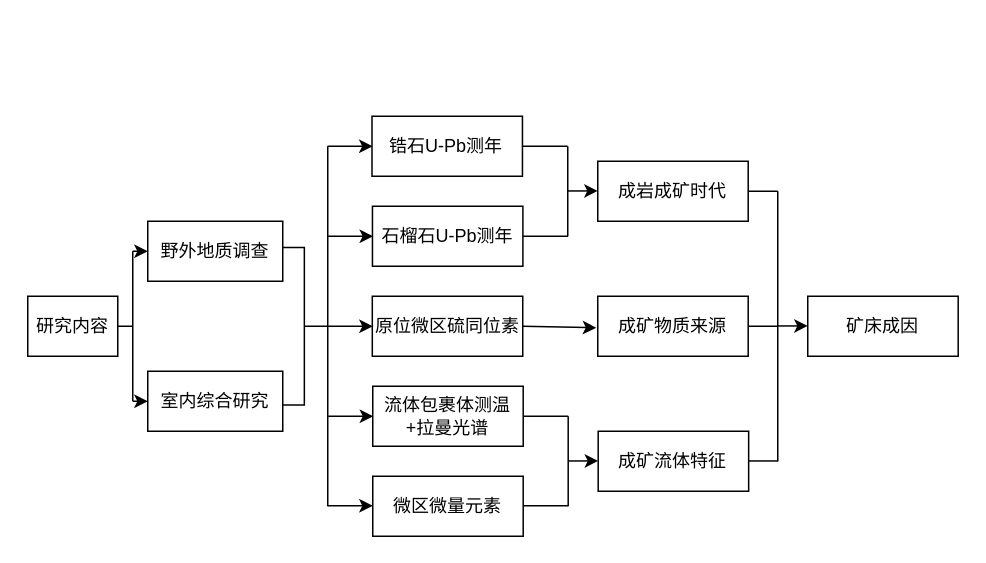
Before: 未命名绘图.drawio in dp0qb/document_img, a draw.io diagram. Source tidied: cells renumbered, new cells numbered last; positions are measured from the earlier drawing's top-left corner, leaving out a move shared by most shapes. Both pictures are drawn from the tidied source at 150%, with x=0, y=0 at pixel (27, 116).
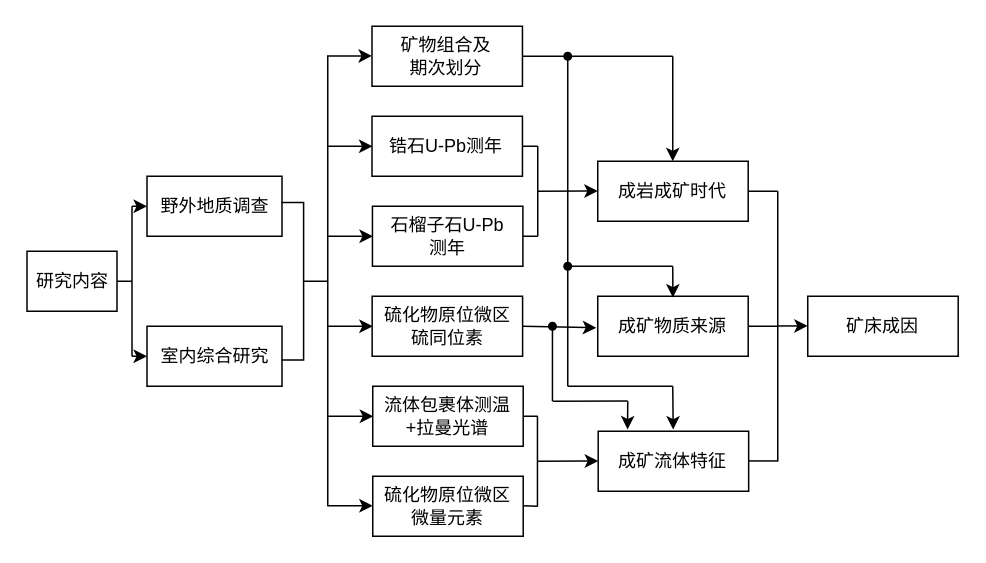
After the change.

Commit message:
更新未命名绘图.drawio

Unchanged cells that the change refers to:
```xml
<mxCell id="16" value="锆石U-Pb测年" style="rounded=0;whiteSpace=wrap;html=1;" parent="1" vertex="1">
  <mxGeometry x="229.5" width="100.3" height="40" as="geometry" />
</mxCell>
<mxCell id="19" value="流体包裹体测温&lt;br&gt;+拉曼光谱" style="rounded=0;whiteSpace=wrap;html=1;" parent="1" vertex="1">
  <mxGeometry x="230" y="180" width="100.3" height="40" as="geometry" />
</mxCell>
<mxCell id="25" value="成矿流体特征" style="rounded=0;whiteSpace=wrap;html=1;" parent="1" vertex="1">
  <mxGeometry x="380.3" y="210" width="100.3" height="40" as="geometry" />
</mxCell>
```

Diff of the diagram source:
```diff
@@
     <mxCell id="2" value="野外地质调查" style="rounded=0;whiteSpace=wrap;html=1;" parent="1" vertex="1">
-      <mxGeometry x="80" y="70" width="90" height="40" as="geometry" />
+      <mxGeometry x="79.5" y="40" width="90" height="40" as="geometry" />
     </mxCell>
     <mxCell id="3" value="室内综合研究" style="rounded=0;whiteSpace=wrap;html=1;" parent="1" vertex="1">
-      <mxGeometry x="80" y="170" width="90" height="40" as="geometry" />
+      <mxGeometry x="79.5" y="140" width="90" height="40" as="geometry" />
     </mxCell>
     <mxCell id="4" style="shape=partialRectangle;whiteSpace=wrap;html=1;bottom=1;right=1;left=1;top=0;fillColor=none;routingCenterX=-0.5;rotation=-90;" parent="1" vertex="1">
-      <mxGeometry x="124.7" y="132.8" width="105" height="14.4" as="geometry" />
+      <mxGeometry x="124.2" y="102.8" width="105" height="14.4" as="geometry" />
     </mxCell>
     <mxCell id="5" style="endArrow=none;html=1;rounded=0;" parent="1" edge="1">
       <mxGeometry relative="1" as="geometry">
         <mxPoint x="200" y="260" as="sourcePoint" />
-        <mxPoint x="200" y="20" as="targetPoint" />
+        <mxPoint x="200" y="-40" as="targetPoint" />
         <Array as="points">
           <mxPoint x="200" y="110" />
         </Array>
       </mxGeometry>
     </mxCell>
     <mxCell id="6" style="endArrow=classic;html=1;rounded=0;" parent="1" edge="1">
       <mxGeometry relative="1" as="geometry">
-        <mxPoint x="199.9" y="20" as="sourcePoint" />
-        <mxPoint x="229.9" y="20" as="targetPoint" />
+        <mxPoint x="199.8" y="20" as="sourcePoint" />
+        <mxPoint x="229.8" y="20" as="targetPoint" />
       </mxGeometry>
     </mxCell>
     <mxCell id="7" style="endArrow=classic;html=1;rounded=0;" parent="1" edge="1">
       <mxGeometry relative="1" as="geometry">
-        <mxPoint x="200.2" y="80" as="sourcePoint" />
-        <mxPoint x="230.2" y="80" as="targetPoint" />
+        <mxPoint x="200.1" y="80" as="sourcePoint" />
+        <mxPoint x="230.1" y="80" as="targetPoint" />
       </mxGeometry>
     </mxCell>
@@
-    <mxCell id="10" style="endArrow=none;html=1;rounded=0;exitX=0.5;exitY=1;exitDx=0;exitDy=0;" parent="1" edge="1" source="4">
+    <mxCell id="10" style="endArrow=none;html=1;rounded=0;exitX=0.5;exitY=1;exitDx=0;exitDy=0;" parent="1" edge="1">
       <mxGeometry relative="1" as="geometry">
-        <mxPoint x="200" y="140" as="targetPoint" />
+        <mxPoint x="183.9" y="110" as="sourcePoint" />
+        <mxPoint x="199.5" y="110" as="targetPoint" />
       </mxGeometry>
     </mxCell>
     <mxCell id="11" value="研究内容" style="rounded=0;whiteSpace=wrap;html=1;" parent="1" vertex="1">
-      <mxGeometry y="120" width="60" height="40" as="geometry" />
+      <mxGeometry x="-0.5" y="90" width="60" height="40" as="geometry" />
     </mxCell>
     <mxCell id="12" style="endArrow=none;html=1;rounded=0;exitX=1;exitY=0.5;exitDx=0;exitDy=0;" parent="1" edge="1" source="11">
       <mxGeometry relative="1" as="geometry">
-        <mxPoint x="70" y="140" as="targetPoint" />
+        <mxPoint x="69.5" y="110" as="targetPoint" />
       </mxGeometry>
     </mxCell>
     <mxCell id="13" style="endArrow=none;html=1;rounded=0;" parent="1" edge="1">
       <mxGeometry relative="1" as="geometry">
-        <mxPoint x="70" y="190" as="sourcePoint" />
-        <mxPoint x="70" y="90" as="targetPoint" />
+        <mxPoint x="69.5" y="160" as="sourcePoint" />
+        <mxPoint x="69.5" y="60" as="targetPoint" />
       </mxGeometry>
     </mxCell>
     <mxCell id="14" style="endArrow=classic;html=1;rounded=0;entryX=0;entryY=0.5;entryDx=0;entryDy=0;" parent="1" edge="1" target="2">
       <mxGeometry relative="1" as="geometry">
-        <mxPoint x="70" y="90" as="sourcePoint" />
+        <mxPoint x="69.5" y="60" as="sourcePoint" />
       </mxGeometry>
     </mxCell>
     <mxCell id="15" style="endArrow=classic;html=1;rounded=0;entryX=0;entryY=0.5;entryDx=0;entryDy=0;" parent="1" edge="1" target="3">
       <mxGeometry relative="1" as="geometry">
-        <mxPoint x="70" y="190" as="sourcePoint" />
+        <mxPoint x="69.5" y="160" as="sourcePoint" />
       </mxGeometry>
     </mxCell>
@@
-    <mxCell id="17" value="石榴石U-Pb测年" style="rounded=0;whiteSpace=wrap;html=1;" parent="1" vertex="1">
+    <mxCell id="17" value="石榴子石U-Pb&lt;br&gt;测年" style="rounded=0;whiteSpace=wrap;html=1;" parent="1" vertex="1">
       <mxGeometry x="229.8" y="60" width="100.3" height="40" as="geometry" />
     </mxCell>
-    <mxCell id="18" value="原位微区硫同位素" style="rounded=0;whiteSpace=wrap;html=1;" parent="1" vertex="1">
-      <mxGeometry x="229.7" y="120" width="100.3" height="40" as="geometry" />
+    <mxCell id="18" value="硫化物原位微区&lt;br&gt;硫同位素" style="rounded=0;whiteSpace=wrap;html=1;" parent="1" vertex="1">
+      <mxGeometry x="229.6" y="120" width="100.3" height="40" as="geometry" />
     </mxCell>
@@
     <mxCell id="20" style="endArrow=none;html=1;rounded=0;" parent="1" edge="1">
       <mxGeometry relative="1" as="geometry">
-        <mxPoint x="360" y="80" as="sourcePoint" />
-        <mxPoint x="360" y="20" as="targetPoint" />
+        <mxPoint x="340" y="80" as="sourcePoint" />
+        <mxPoint x="340" y="20" as="targetPoint" />
       </mxGeometry>
     </mxCell>
     <mxCell id="21" style="endArrow=none;html=1;rounded=0;exitX=1;exitY=0.5;exitDx=0;exitDy=0;" parent="1" edge="1" source="16">
       <mxGeometry relative="1" as="geometry">
-        <mxPoint x="359.9" y="20" as="targetPoint" />
+        <mxPoint x="340" y="20" as="targetPoint" />
       </mxGeometry>
     </mxCell>
     <mxCell id="22" style="endArrow=none;html=1;rounded=0;exitX=1;exitY=0.5;exitDx=0;exitDy=0;" parent="1" edge="1" source="19">
       <mxGeometry relative="1" as="geometry">
-        <mxPoint x="360.3" y="200" as="targetPoint" />
+        <mxPoint x="340" y="200" as="targetPoint" />
       </mxGeometry>
     </mxCell>
     <mxCell id="23" style="endArrow=classic;html=1;rounded=0;" parent="1" edge="1">
       <mxGeometry relative="1" as="geometry">
-        <mxPoint x="360" y="49.8" as="sourcePoint" />
+        <mxPoint x="340" y="50" as="sourcePoint" />
         <mxPoint x="380" y="49.8" as="targetPoint" />
       </mxGeometry>
     </mxCell>
     <mxCell id="24" style="endArrow=classic;html=1;rounded=0;" parent="1" edge="1">
       <mxGeometry relative="1" as="geometry">
-        <mxPoint x="360.3" y="229.8" as="sourcePoint" />
+        <mxPoint x="340" y="230" as="sourcePoint" />
         <mxPoint x="380.3" y="229.8" as="targetPoint" />
       </mxGeometry>
     </mxCell>
@@
-    <mxCell id="34" value="微区微量元素" style="rounded=0;whiteSpace=wrap;html=1;" parent="1" vertex="1">
+    <mxCell id="34" value="硫化物原位微区&lt;br&gt;微量元素" style="rounded=0;whiteSpace=wrap;html=1;" parent="1" vertex="1">
       <mxGeometry x="230" y="240" width="100.3" height="40" as="geometry" />
     </mxCell>
@@
     <mxCell id="36" style="endArrow=none;html=1;rounded=0;exitX=1;exitY=0.5;exitDx=0;exitDy=0;" parent="1" edge="1">
       <mxGeometry relative="1" as="geometry">
         <mxPoint x="330.3" y="259.7" as="sourcePoint" />
-        <mxPoint x="360.3" y="259.7" as="targetPoint" />
+        <mxPoint x="340" y="260" as="targetPoint" />
       </mxGeometry>
     </mxCell>
     <mxCell id="37" style="endArrow=none;html=1;rounded=0;" parent="1" edge="1">
       <mxGeometry relative="1" as="geometry">
-        <mxPoint x="360.3" y="260" as="sourcePoint" />
-        <mxPoint x="360.3" y="200" as="targetPoint" />
+        <mxPoint x="339.8" y="260" as="sourcePoint" />
+        <mxPoint x="339.8" y="200" as="targetPoint" />
       </mxGeometry>
     </mxCell>
@@
     <mxCell id="39" style="endArrow=none;html=1;rounded=0;" parent="1" edge="1">
       <mxGeometry relative="1" as="geometry">
-        <mxPoint x="330.2" y="80" as="sourcePoint" />
-        <mxPoint x="360.2" y="80" as="targetPoint" />
+        <mxPoint x="330.1" y="80" as="sourcePoint" />
+        <mxPoint x="340" y="80" as="targetPoint" />
       </mxGeometry>
     </mxCell>
+    <mxCell id="40" value="矿物组合及&lt;br&gt;期次划分" style="rounded=0;whiteSpace=wrap;html=1;" parent="1" vertex="1">
+      <mxGeometry x="229.5" y="-60" width="100.3" height="40" as="geometry" />
+    </mxCell>
+    <mxCell id="41" style="endArrow=classic;html=1;rounded=0;" parent="1" edge="1">
+      <mxGeometry relative="1" as="geometry">
+        <mxPoint x="199.5" y="-40.2" as="sourcePoint" />
+        <mxPoint x="229.5" y="-40.2" as="targetPoint" />
+      </mxGeometry>
+    </mxCell>
+    <mxCell id="42" style="endArrow=none;html=1;rounded=0;" parent="1" edge="1">
+      <mxGeometry relative="1" as="geometry">
+        <mxPoint x="430" y="-40" as="sourcePoint" />
+        <mxPoint x="330" y="-40" as="targetPoint" />
+      </mxGeometry>
+    </mxCell>
+    <mxCell id="43" style="endArrow=classic;html=1;rounded=0;" parent="1" edge="1">
+      <mxGeometry relative="1" as="geometry">
+        <mxPoint x="430" y="-40" as="sourcePoint" />
+        <mxPoint x="430" y="30" as="targetPoint" />
+      </mxGeometry>
+    </mxCell>
+    <mxCell id="44" style="endArrow=none;html=1;rounded=0;" parent="1" edge="1" source="54">
+      <mxGeometry relative="1" as="geometry">
+        <mxPoint x="359.5" y="-40" as="targetPoint" />
+      </mxGeometry>
+    </mxCell>
+    <mxCell id="45" style="endArrow=classic;html=1;rounded=0;entryX=0.3;entryY=0.022;entryDx=0;entryDy=0;entryPerimeter=0;" parent="1" edge="1">
+      <mxGeometry relative="1" as="geometry">
+        <mxPoint x="430" y="100" as="sourcePoint" />
+        <mxPoint x="430.1" y="120.9" as="targetPoint" />
+      </mxGeometry>
+    </mxCell>
+    <mxCell id="46" style="endArrow=none;html=1;rounded=0;" parent="1" edge="1" source="55">
+      <mxGeometry relative="1" as="geometry">
+        <mxPoint x="349.8" y="190" as="targetPoint" />
+      </mxGeometry>
+    </mxCell>
+    <mxCell id="47" style="endArrow=none;html=1;rounded=0;" parent="1" edge="1">
+      <mxGeometry relative="1" as="geometry">
+        <mxPoint x="350" y="190" as="sourcePoint" />
+        <mxPoint x="400" y="189.9" as="targetPoint" />
+      </mxGeometry>
+    </mxCell>
+    <mxCell id="48" style="endArrow=classic;html=1;rounded=0;entryX=0.195;entryY=-0.03;entryDx=0;entryDy=0;entryPerimeter=0;" parent="1" edge="1" target="25">
+      <mxGeometry relative="1" as="geometry">
+        <mxPoint x="400" y="190" as="sourcePoint" />
+      </mxGeometry>
+    </mxCell>
+    <mxCell id="49" style="endArrow=none;html=1;rounded=0;" parent="1" edge="1">
+      <mxGeometry relative="1" as="geometry">
+        <mxPoint x="360" y="180" as="sourcePoint" />
+        <mxPoint x="430" y="180" as="targetPoint" />
+      </mxGeometry>
+    </mxCell>
+    <mxCell id="50" style="endArrow=classic;html=1;rounded=0;entryX=0.399;entryY=-0.028;entryDx=0;entryDy=0;entryPerimeter=0;" parent="1" edge="1">
+      <mxGeometry relative="1" as="geometry">
+        <mxPoint x="430" y="180" as="sourcePoint" />
+        <mxPoint x="430.3" y="208.9" as="targetPoint" />
+      </mxGeometry>
+    </mxCell>
+    <mxCell id="51" style="endArrow=none;html=1;rounded=0;" parent="1" edge="1" source="52">
+      <mxGeometry relative="1" as="geometry">
+        <mxPoint x="430" y="100" as="targetPoint" />
+      </mxGeometry>
+    </mxCell>
+    <mxCell id="52" style="shape=waypoint;sketch=0;fillStyle=solid;size=6;points=[];fillColor=none;perimeter=centerPerimeter;snapToPoint=1;" parent="1" vertex="1">
+      <mxGeometry x="350" y="90" width="20" height="20" as="geometry" />
+    </mxCell>
+    <mxCell id="53" style="endArrow=none;html=1;rounded=0;" parent="1" edge="1" target="54">
+      <mxGeometry relative="1" as="geometry">
+        <mxPoint x="360" y="180" as="sourcePoint" />
+      </mxGeometry>
+    </mxCell>
+    <mxCell id="54" style="shape=waypoint;sketch=0;fillStyle=solid;size=6;points=[];fillColor=none;perimeter=centerPerimeter;snapToPoint=1;" parent="1" vertex="1">
+      <mxGeometry x="350" y="-50" width="20" height="20" as="geometry" />
+    </mxCell>
+    <mxCell id="55" style="shape=waypoint;sketch=0;fillStyle=solid;size=6;points=[];fillColor=none;perimeter=centerPerimeter;snapToPoint=1;" parent="1" vertex="1">
+      <mxGeometry x="339.8" y="130" width="20" height="20" as="geometry" />
+    </mxCell>
```
